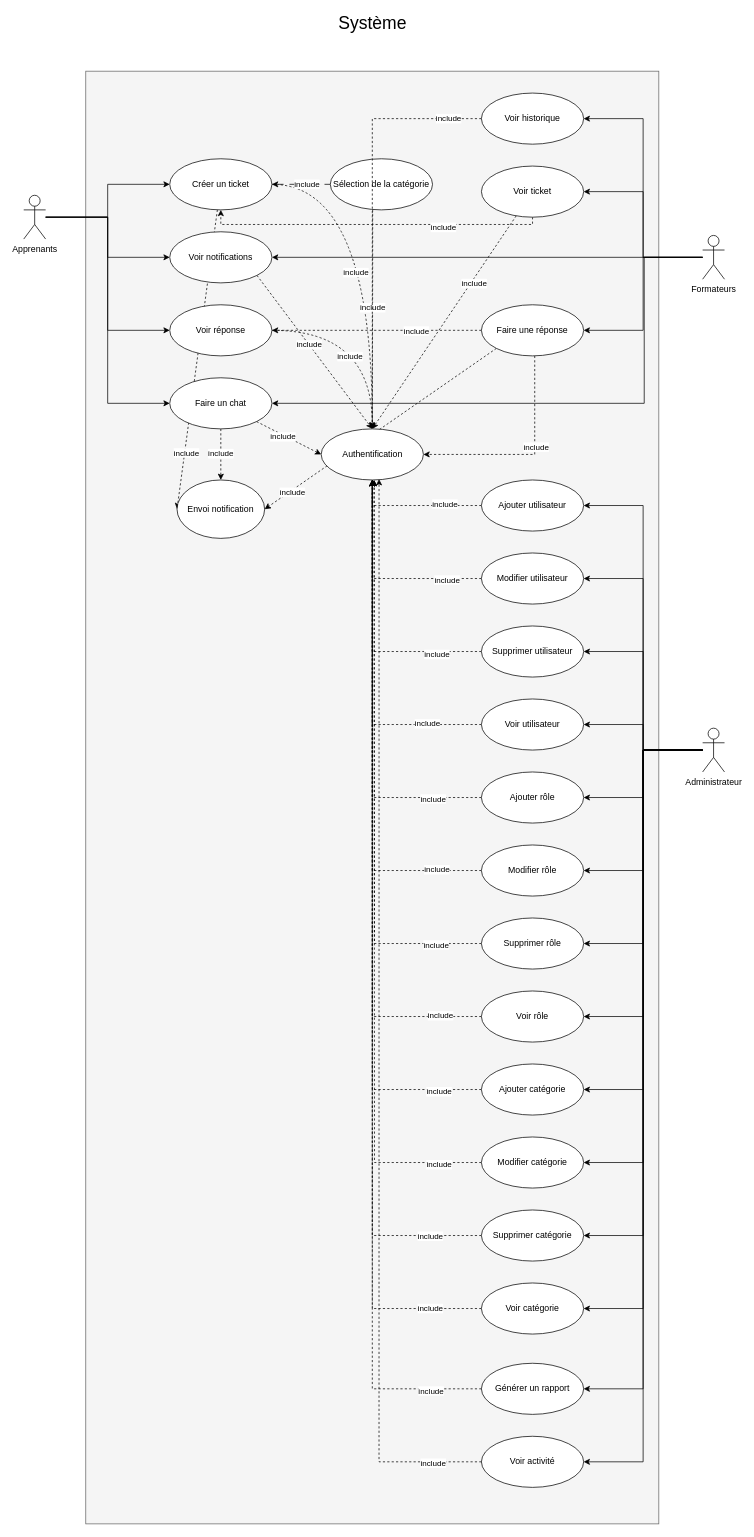
This is page "Cas d'Utilisation" (1 of 5) of learnandconnect.drawio from reyptz/learnandconnectUML, a draw.io file, before an edit. Source tidied: cells renumbered, new cells numbered last; positions are measured from the earlier drawing's top-left corner, leaving out a move shared by most shapes. Both pictures are drawn from the tidied source at 73%, with x=0, y=0 at pixel (23, 12).
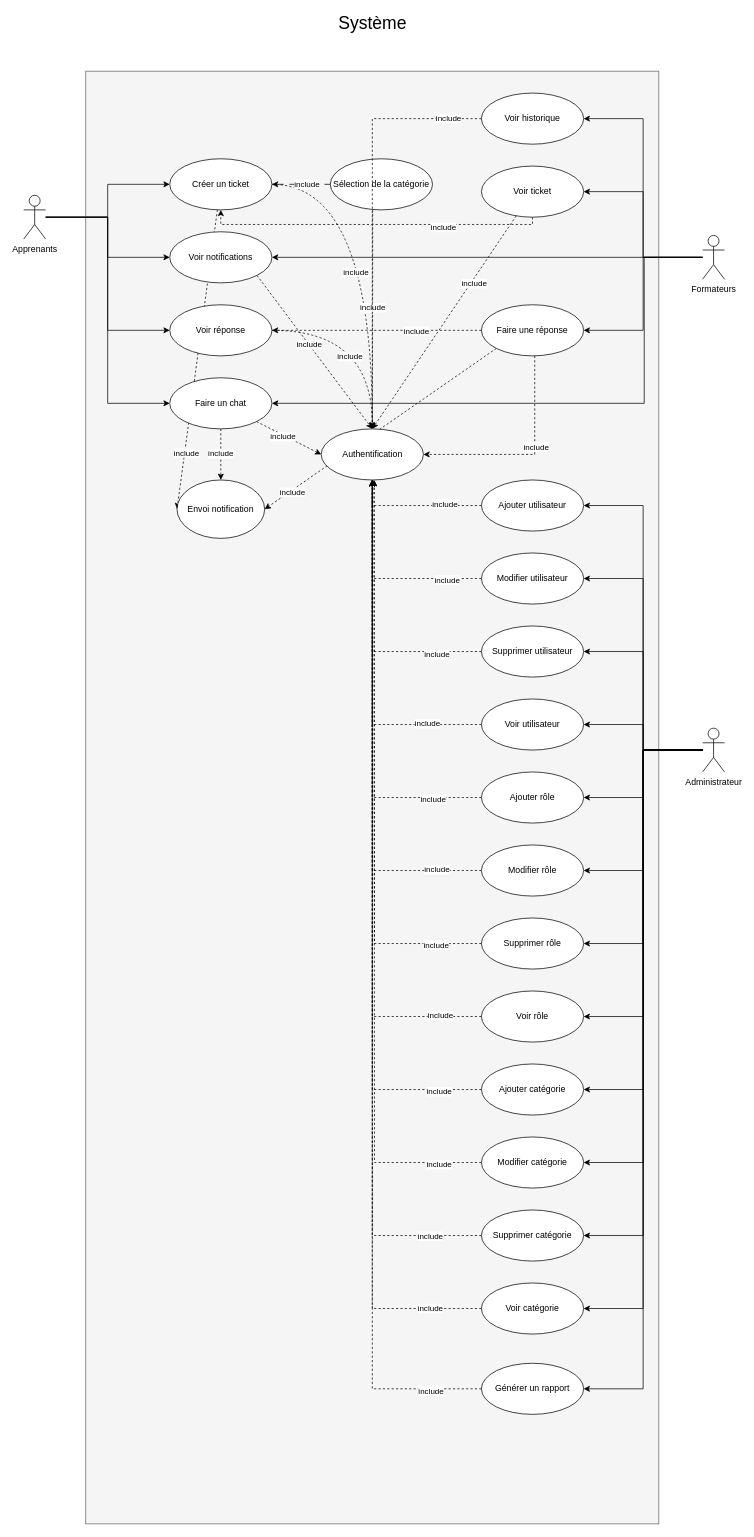
After the change.

Unchanged cells that the change refers to:
```xml
<mxCell id="29" value="Administrateur" style="shape=umlActor;verticalLabelPosition=bottom;verticalAlign=top;html=1;outlineConnect=0;" parent="1" vertex="1">
  <mxGeometry x="930" y="980" width="30" height="60" as="geometry" />
</mxCell>
<mxCell id="87" value="Authentification" style="ellipse;whiteSpace=wrap;html=1;" parent="1" vertex="1">
  <mxGeometry x="407.5" y="570" width="140" height="70" as="geometry" />
</mxCell>
```

What changed in the source:
```diff
@@
-    <mxCell id="28" style="edgeStyle=orthogonalEdgeStyle;rounded=0;jettySize=auto;html=1;entryX=1;entryY=0.5;entryDx=0;entryDy=0;" parent="1" edge="1" source="29" target="107">
-      <mxGeometry relative="1" as="geometry" />
-    </mxCell>
@@
-    <mxCell id="107" value="Voir activité" style="ellipse;whiteSpace=wrap;html=1;" parent="1" vertex="1">
-      <mxGeometry x="627" y="1950" width="140" height="70" as="geometry" />
-    </mxCell>
-    <mxCell id="108" style="edgeStyle=orthogonalEdgeStyle;rounded=0;jettySize=auto;html=1;entryX=0.566;entryY=0.983;entryDx=0;entryDy=0;entryPerimeter=0;dashed=1;" parent="1" edge="1" source="107" target="87">
-      <mxGeometry relative="1" as="geometry" />
-    </mxCell>
-    <mxCell id="109" value="include" style="edgeLabel;html=1;align=center;verticalAlign=middle;" parent="108" vertex="1">
-      <mxGeometry x="-0.91" y="1" relative="1" as="geometry" />
-    </mxCell>
```
